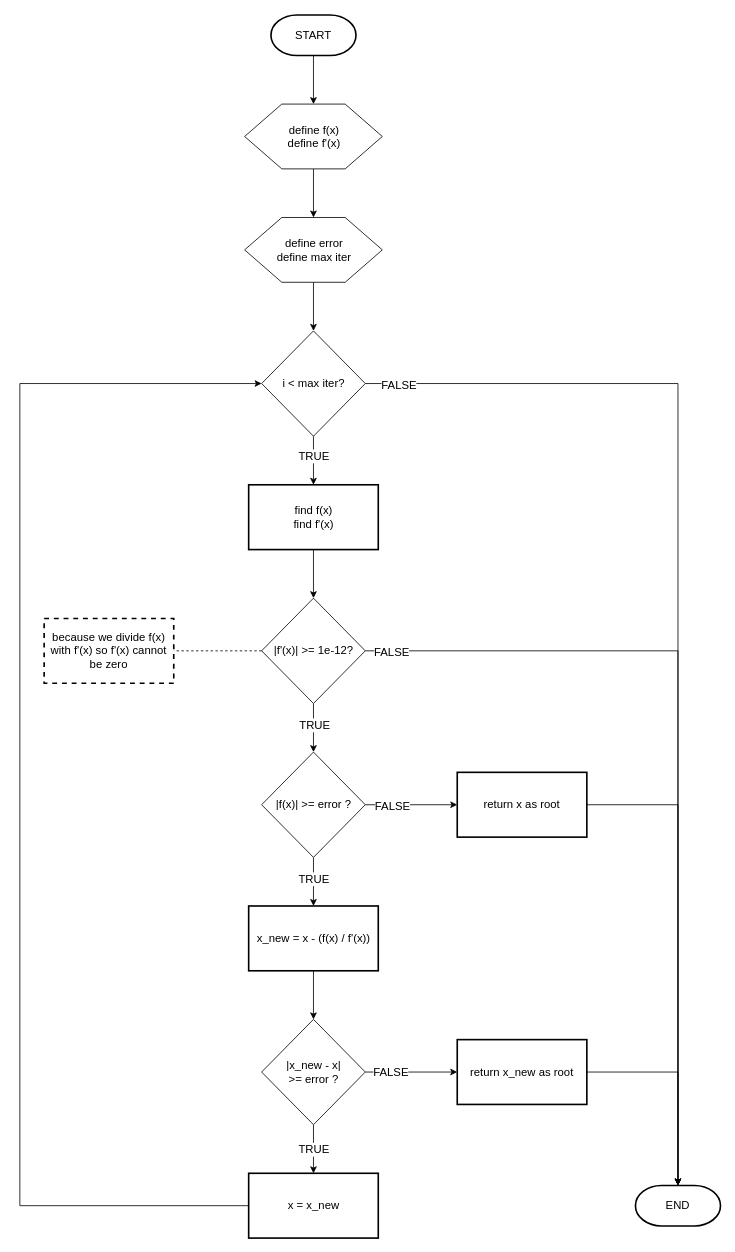
HarisHerdiansyah/computational-math keeps this draw.io diagram as newton-raphson/newton-raphson.drawio. Above is the earlier version. Source tidied: cells renumbered, new cells numbered last; positions are measured from the earlier drawing's top-left corner, leaving out a move shared by most shapes. Both pictures are drawn from the tidied source at 81%, with x=0, y=0 at pixel (19, 15).
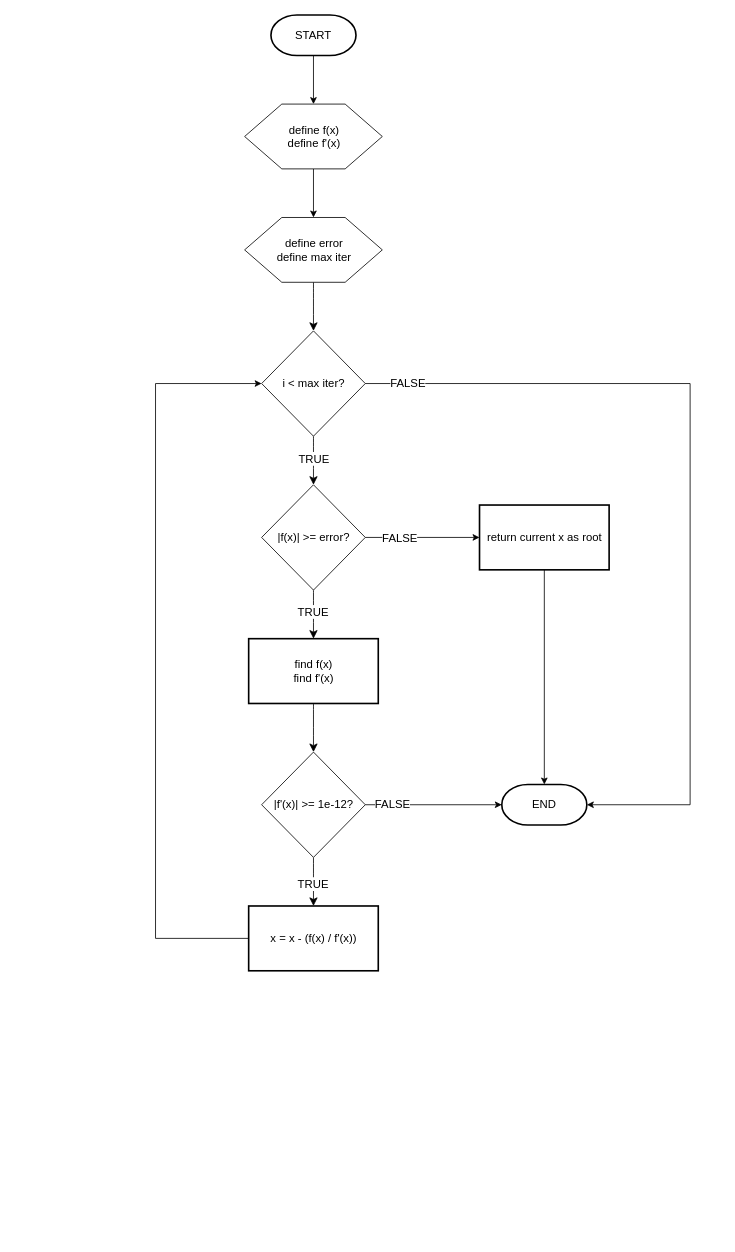
The same diagram, later.

The change refers to these unchanged cells:
```xml
<mxCell id="7" value="define error&lt;div&gt;define max iter&lt;/div&gt;" style="verticalLabelPosition=middle;verticalAlign=middle;html=1;shape=hexagon;perimeter=hexagonPerimeter2;arcSize=6;size=0.27;labelPosition=center;align=center;fontSize=14;" parent="1" vertex="1">
  <mxGeometry x="277.5" y="250" width="170" height="80" as="geometry" />
</mxCell>
<mxCell id="10" value="&lt;div&gt;i &amp;lt; max iter?&lt;/div&gt;" style="rhombus;whiteSpace=wrap;html=1;fontSize=14;" parent="1" vertex="1">
  <mxGeometry x="298.5" y="390" width="128" height="130" as="geometry" />
</mxCell>
```

The edit, as a diff of the source:
```diff
@@
-    <mxCell id="6" style="edgeStyle=orthogonalEdgeStyle;rounded=0;jettySize=auto;html=1;" parent="1" edge="1" source="7" target="10">
+    <mxCell id="6" style="edgeStyle=none;curved=1;rounded=0;jettySize=auto;html=1;fontSize=12;startSize=8;endSize=8;" parent="1" edge="1" source="7" target="10">
       <mxGeometry relative="1" as="geometry" />
     </mxCell>
@@
-    <mxCell id="8" style="edgeStyle=orthogonalEdgeStyle;rounded=0;jettySize=auto;html=1;" parent="1" edge="1" source="10" target="12">
-      <mxGeometry relative="1" as="geometry" />
-    </mxCell>
-    <mxCell id="9" value="&lt;font style=&quot;font-size: 14px;&quot;&gt;TRUE&lt;/font&gt;" style="edgeLabel;html=1;align=center;verticalAlign=middle;" parent="8" vertex="1">
-      <mxGeometry x="-0.2" relative="1" as="geometry" />
-    </mxCell>
+    <mxCell id="41" style="edgeStyle=none;curved=1;rounded=0;jettySize=auto;html=1;fontSize=12;startSize=8;endSize=8;" parent="1" edge="1" source="10" target="46">
+      <mxGeometry relative="1" as="geometry" />
+    </mxCell>
+    <mxCell id="18" value="&lt;span style=&quot;font-size: 14px;&quot;&gt;TRUE&lt;/span&gt;" style="edgeLabel;html=1;align=center;verticalAlign=middle;" parent="41" vertex="1">
+      <mxGeometry x="-0.11" relative="1" as="geometry" />
+    </mxCell>
@@
+    <mxCell id="42" style="edgeStyle=none;curved=1;rounded=0;jettySize=auto;html=1;fontSize=12;startSize=8;endSize=8;" parent="1" edge="1" source="46" target="12">
+      <mxGeometry relative="1" as="geometry" />
+    </mxCell>
+    <mxCell id="43" value="&lt;font style=&quot;font-size: 14px;&quot;&gt;TRUE&lt;/font&gt;" style="edgeLabel;html=1;align=center;verticalAlign=middle;" parent="42" vertex="1">
+      <mxGeometry x="-0.13" y="-1" relative="1" as="geometry" />
+    </mxCell>
+    <mxCell id="44" style="edgeStyle=orthogonalEdgeStyle;rounded=0;jettySize=auto;html=1;exitX=1;exitY=0.5;exitDx=0;exitDy=0;entryX=0;entryY=0.5;entryDx=0;entryDy=0;" parent="1" edge="1" source="46" target="52">
+      <mxGeometry relative="1" as="geometry" />
+    </mxCell>
+    <mxCell id="45" value="&lt;font style=&quot;font-size: 14px;&quot;&gt;FALSE&lt;/font&gt;" style="edgeLabel;html=1;align=center;verticalAlign=middle;" parent="44" vertex="1">
+      <mxGeometry x="-0.4" relative="1" as="geometry" />
+    </mxCell>
+    <mxCell id="46" value="|f(x)| &amp;gt;= error?" style="rhombus;whiteSpace=wrap;html=1;fontSize=14;" parent="1" vertex="1">
+      <mxGeometry x="298.5" y="580" width="128" height="130" as="geometry" />
+    </mxCell>
-    <mxCell id="11" style="edgeStyle=orthogonalEdgeStyle;rounded=0;jettySize=auto;html=1;" parent="1" edge="1" source="12" target="16">
+    <mxCell id="11" style="edgeStyle=none;curved=1;rounded=0;jettySize=auto;html=1;fontSize=12;startSize=8;endSize=8;" parent="1" edge="1" source="12" target="16">
       <mxGeometry relative="1" as="geometry" />
     </mxCell>
     <mxCell id="12" value="find f(x)&lt;div&gt;find f'(x)&lt;/div&gt;" style="rounded=1;whiteSpace=wrap;html=1;absoluteArcSize=1;arcSize=0;strokeWidth=2;fontSize=14;" parent="1" vertex="1">
-      <mxGeometry x="282.5" y="580" width="160" height="80" as="geometry" />
+      <mxGeometry x="282.5" y="770" width="160" height="80" as="geometry" />
     </mxCell>
-    <mxCell id="13" style="edgeStyle=orthogonalEdgeStyle;rounded=0;jettySize=auto;html=1;" parent="1" edge="1" source="16" target="21">
-      <mxGeometry relative="1" as="geometry" />
-    </mxCell>
-    <mxCell id="14" value="&lt;font style=&quot;font-size: 14px;&quot;&gt;TRUE&lt;/font&gt;" style="edgeLabel;html=1;align=center;verticalAlign=middle;" parent="13" vertex="1">
-      <mxGeometry x="-0.14" y="1" relative="1" as="geometry" />
-    </mxCell>
-    <mxCell id="15" style="edgeStyle=orthogonalEdgeStyle;rounded=0;jettySize=auto;html=1;endArrow=none;endFill=0;dashed=1;" parent="1" edge="1" source="16" target="33">
-      <mxGeometry relative="1" as="geometry" />
-    </mxCell>
+    <mxCell id="47" style="edgeStyle=none;curved=1;rounded=0;jettySize=auto;html=1;fontSize=12;startSize=8;endSize=8;" parent="1" edge="1" source="16" target="50">
+      <mxGeometry relative="1" as="geometry" />
+    </mxCell>
+    <mxCell id="48" value="&lt;font style=&quot;font-size: 14px;&quot;&gt;TRUE&lt;/font&gt;" style="edgeLabel;html=1;align=center;verticalAlign=middle;" parent="47" vertex="1">
+      <mxGeometry x="0.06" y="-1" relative="1" as="geometry" />
+    </mxCell>
     <mxCell id="16" value="|f'(x)| &amp;gt;= 1e-12?" style="rhombus;whiteSpace=wrap;html=1;fontSize=14;" parent="1" vertex="1">
-      <mxGeometry x="298.5" y="720" width="128" height="130" as="geometry" />
+      <mxGeometry x="298.5" y="910" width="128" height="130" as="geometry" />
     </mxCell>
-    <mxCell id="17" style="edgeStyle=orthogonalEdgeStyle;rounded=0;jettySize=auto;html=1;" parent="1" edge="1" source="21" target="23">
-      <mxGeometry relative="1" as="geometry" />
-    </mxCell>
-    <mxCell id="18" value="&lt;span style=&quot;font-size: 14px;&quot;&gt;TRUE&lt;/span&gt;" style="edgeLabel;html=1;align=center;verticalAlign=middle;" parent="17" vertex="1">
-      <mxGeometry x="-0.12" relative="1" as="geometry" />
-    </mxCell>
-    <mxCell id="19" style="edgeStyle=orthogonalEdgeStyle;rounded=0;jettySize=auto;html=1;" parent="1" edge="1" source="21" target="31">
-      <mxGeometry relative="1" as="geometry" />
-    </mxCell>
-    <mxCell id="20" value="&lt;font style=&quot;font-size: 14px;&quot;&gt;FALSE&lt;/font&gt;" style="edgeLabel;html=1;align=center;verticalAlign=middle;" parent="19" vertex="1">
-      <mxGeometry x="-0.41" y="-1" relative="1" as="geometry" />
-    </mxCell>
-    <mxCell id="21" value="|f(x)| &amp;gt;= error ?" style="rhombus;whiteSpace=wrap;html=1;fontSize=14;" parent="1" vertex="1">
-      <mxGeometry x="298.5" y="910" width="128" height="130" as="geometry" />
-    </mxCell>
-    <mxCell id="22" style="edgeStyle=orthogonalEdgeStyle;rounded=0;jettySize=auto;html=1;" parent="1" edge="1" source="23" target="28">
-      <mxGeometry relative="1" as="geometry" />
-    </mxCell>
-    <mxCell id="23" value="x_new = x - (f(x) / f'(x))" style="rounded=1;whiteSpace=wrap;html=1;absoluteArcSize=1;arcSize=0;strokeWidth=2;fontSize=14;" parent="1" vertex="1">
-      <mxGeometry x="282.5" y="1100" width="160" height="80" as="geometry" />
-    </mxCell>
-    <mxCell id="24" style="edgeStyle=orthogonalEdgeStyle;rounded=0;jettySize=auto;html=1;" parent="1" edge="1" source="28" target="30">
-      <mxGeometry relative="1" as="geometry" />
-    </mxCell>
-    <mxCell id="25" value="&lt;font style=&quot;font-size: 14px;&quot;&gt;TRUE&lt;/font&gt;" style="edgeLabel;html=1;align=center;verticalAlign=middle;" parent="24" vertex="1">
-      <mxGeometry x="0.01" relative="1" as="geometry" />
-    </mxCell>
-    <mxCell id="26" style="edgeStyle=orthogonalEdgeStyle;rounded=0;jettySize=auto;html=1;" parent="1" edge="1" source="28" target="32">
-      <mxGeometry relative="1" as="geometry" />
-    </mxCell>
-    <mxCell id="27" value="&lt;font style=&quot;font-size: 14px;&quot;&gt;FALSE&lt;/font&gt;" style="edgeLabel;html=1;align=center;verticalAlign=middle;" parent="26" vertex="1">
-      <mxGeometry x="-0.46" y="1" relative="1" as="geometry" />
-    </mxCell>
-    <mxCell id="28" value="|x_new - x|&lt;div&gt;&amp;gt;= error ?&lt;/div&gt;" style="rhombus;whiteSpace=wrap;html=1;fontSize=14;" parent="1" vertex="1">
-      <mxGeometry x="298.5" y="1240" width="128" height="130" as="geometry" />
-    </mxCell>
-    <mxCell id="29" style="edgeStyle=orthogonalEdgeStyle;rounded=0;jettySize=auto;html=1;exitX=0;exitY=0.5;exitDx=0;exitDy=0;entryX=0;entryY=0.5;entryDx=0;entryDy=0;" parent="1" edge="1" source="30" target="10">
-      <mxGeometry relative="1" as="geometry">
-        <Array as="points">
-          <mxPoint y="1470" />
-          <mxPoint y="455" />
-        </Array>
-      </mxGeometry>
-    </mxCell>
-    <mxCell id="30" value="x = x_new" style="rounded=1;whiteSpace=wrap;html=1;absoluteArcSize=1;arcSize=0;strokeWidth=2;fontSize=14;" parent="1" vertex="1">
-      <mxGeometry x="282.5" y="1430" width="160" height="80" as="geometry" />
-    </mxCell>
-    <mxCell id="31" value="return x as root" style="rounded=1;whiteSpace=wrap;html=1;absoluteArcSize=1;arcSize=0;strokeWidth=2;fontSize=14;" parent="1" vertex="1">
-      <mxGeometry x="540" y="935" width="160" height="80" as="geometry" />
-    </mxCell>
-    <mxCell id="32" value="return x_new as root" style="rounded=1;whiteSpace=wrap;html=1;absoluteArcSize=1;arcSize=0;strokeWidth=2;fontSize=14;" parent="1" vertex="1">
-      <mxGeometry x="540" y="1265" width="160" height="80" as="geometry" />
-    </mxCell>
-    <mxCell id="33" value="because we divide f(x) with f'(x) so f'(x) cannot be zero" style="rounded=1;whiteSpace=wrap;html=1;absoluteArcSize=1;arcSize=0;strokeWidth=2;fontSize=14;dashed=1;" parent="1" vertex="1">
-      <mxGeometry x="30" y="745" width="160" height="80" as="geometry" />
-    </mxCell>
+    <mxCell id="49" style="edgeStyle=orthogonalEdgeStyle;rounded=0;jettySize=auto;html=1;exitX=0;exitY=0.5;exitDx=0;exitDy=0;entryX=0;entryY=0.5;entryDx=0;entryDy=0;" parent="1" edge="1" source="50" target="10">
+      <mxGeometry relative="1" as="geometry">
+        <Array as="points">
+          <mxPoint x="167.5" y="1140" />
+          <mxPoint x="167.5" y="455" />
+        </Array>
+      </mxGeometry>
+    </mxCell>
+    <mxCell id="50" value="x = x - (f(x) / f'(x))" style="rounded=1;whiteSpace=wrap;html=1;absoluteArcSize=1;arcSize=0;strokeWidth=2;fontSize=14;" parent="1" vertex="1">
+      <mxGeometry x="282.5" y="1100" width="160" height="80" as="geometry" />
+    </mxCell>
+    <mxCell id="51" style="edgeStyle=orthogonalEdgeStyle;rounded=0;jettySize=auto;html=1;exitX=0.5;exitY=1;exitDx=0;exitDy=0;" parent="1" edge="1" source="52" target="34">
+      <mxGeometry relative="1" as="geometry" />
+    </mxCell>
+    <mxCell id="52" value="return current x as root" style="rounded=1;whiteSpace=wrap;html=1;absoluteArcSize=1;arcSize=0;strokeWidth=2;fontSize=14;" parent="1" vertex="1">
+      <mxGeometry x="567.5" y="605" width="160" height="80" as="geometry" />
+    </mxCell>
     <mxCell id="34" value="END" style="strokeWidth=2;html=1;shape=mxgraph.flowchart.terminator;whiteSpace=wrap;fontSize=14;" parent="1" vertex="1">
-      <mxGeometry x="760" y="1445" width="105" height="50" as="geometry" />
+      <mxGeometry x="595" y="950" width="105" height="50" as="geometry" />
     </mxCell>
-    <mxCell id="35" style="edgeStyle=orthogonalEdgeStyle;rounded=0;jettySize=auto;html=1;exitX=1;exitY=0.5;exitDx=0;exitDy=0;entryX=0.5;entryY=0;entryDx=0;entryDy=0;entryPerimeter=0;" parent="1" edge="1" source="10" target="34">
-      <mxGeometry relative="1" as="geometry" />
+    <mxCell id="35" style="edgeStyle=orthogonalEdgeStyle;rounded=0;jettySize=auto;html=1;exitX=1;exitY=0.5;exitDx=0;exitDy=0;entryX=1;entryY=0.5;entryDx=0;entryDy=0;entryPerimeter=0;" parent="1" edge="1" source="10" target="34">
+      <mxGeometry relative="1" as="geometry">
+        <Array as="points">
+          <mxPoint x="827.5" y="455" />
+          <mxPoint x="827.5" y="975" />
+        </Array>
+      </mxGeometry>
     </mxCell>
-    <mxCell id="36" value="&lt;font style=&quot;font-size: 14px;&quot;&gt;FALSE&lt;/font&gt;" style="edgeLabel;html=1;align=center;verticalAlign=middle;" parent="35" vertex="1">
-      <mxGeometry x="-0.94" y="-1" relative="1" as="geometry" />
-    </mxCell>
+    <mxCell id="53" value="&lt;font style=&quot;font-size: 14px;&quot;&gt;FALSE&lt;/font&gt;" style="edgeLabel;html=1;align=center;verticalAlign=middle;" parent="35" vertex="1">
+      <mxGeometry x="-0.9" y="1" relative="1" as="geometry" />
+    </mxCell>
-    <mxCell id="37" style="edgeStyle=orthogonalEdgeStyle;rounded=0;jettySize=auto;html=1;exitX=1;exitY=0.5;exitDx=0;exitDy=0;entryX=0.5;entryY=0;entryDx=0;entryDy=0;entryPerimeter=0;" parent="1" edge="1" source="16" target="34">
+    <mxCell id="37" style="edgeStyle=orthogonalEdgeStyle;rounded=0;jettySize=auto;html=1;exitX=1;exitY=0.5;exitDx=0;exitDy=0;entryX=0;entryY=0.5;entryDx=0;entryDy=0;entryPerimeter=0;" parent="1" edge="1" source="16" target="34">
       <mxGeometry relative="1" as="geometry" />
     </mxCell>
-    <mxCell id="38" value="&lt;font style=&quot;font-size: 14px;&quot;&gt;FALSE&lt;/font&gt;" style="edgeLabel;html=1;align=center;verticalAlign=middle;" parent="37" vertex="1">
-      <mxGeometry x="-0.94" y="-1" relative="1" as="geometry">
-        <mxPoint x="1" as="offset" />
-      </mxGeometry>
-    </mxCell>
-    <mxCell id="39" style="edgeStyle=orthogonalEdgeStyle;rounded=0;jettySize=auto;html=1;exitX=1;exitY=0.5;exitDx=0;exitDy=0;entryX=0.5;entryY=0;entryDx=0;entryDy=0;entryPerimeter=0;" parent="1" edge="1" source="31" target="34">
-      <mxGeometry relative="1" as="geometry" />
-    </mxCell>
-    <mxCell id="40" style="edgeStyle=orthogonalEdgeStyle;rounded=0;jettySize=auto;html=1;exitX=1;exitY=0.5;exitDx=0;exitDy=0;entryX=0.5;entryY=0;entryDx=0;entryDy=0;entryPerimeter=0;" parent="1" edge="1" source="32" target="34">
-      <mxGeometry relative="1" as="geometry" />
-    </mxCell>
+    <mxCell id="54" value="&lt;font style=&quot;font-size: 14px;&quot;&gt;FALSE&lt;/font&gt;" style="edgeLabel;html=1;align=center;verticalAlign=middle;" parent="37" vertex="1">
+      <mxGeometry x="-0.61" y="2" relative="1" as="geometry" />
+    </mxCell>
```
